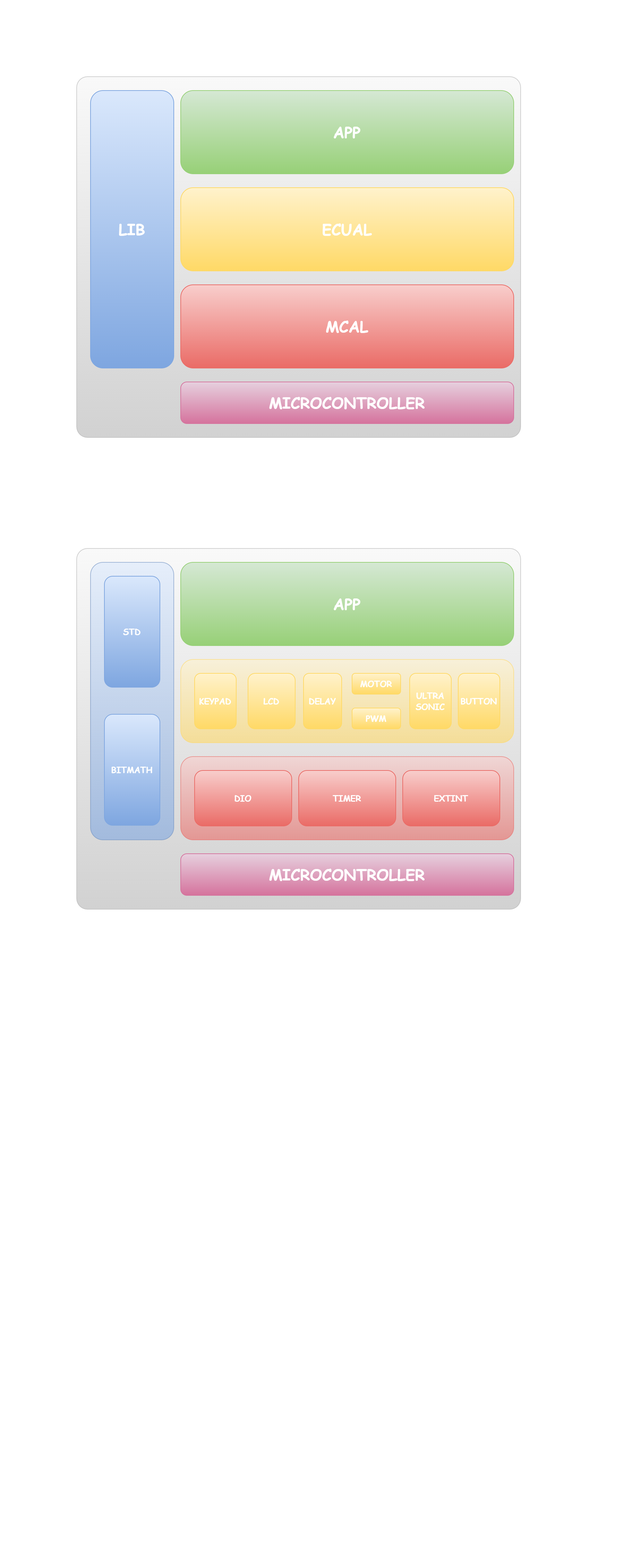
Earlier version of the draw.io export StaticDesign/S_STSTIC_03_DESIGN_OBSTACLE_AVOIDANCE_CAR/Flowcharts/Pictures/LayeredArchitecture..png (TheGreatEtsh/AutomotiveSW_BC_Sprints). Source tidied: cells renumbered, new cells last; positions are measured from the earlier drawing's top-left corner, leaving out a move shared by most shapes. The source it was exported from:
```xml
<mxGraphModel>
  <root>
    <mxCell id="0" />
    <mxCell id="1" parent="0" />
    <mxCell id="2" style="rounded=1;whiteSpace=wrap;html=1;arcSize=3;fontSize=22;fontFamily=Comic Sans MS;fontStyle=1;opacity=60;fillColor=#f5f5f5;gradientColor=#B3B3B3;strokeColor=#B3B3B3;fontColor=#FFFFFF;" parent="1" vertex="1">
      <mxGeometry width="640" height="520" as="geometry" />
    </mxCell>
    <mxCell id="3" value="&lt;font style=&quot;font-size: 22px;&quot;&gt;&lt;span style=&quot;font-size: 22px;&quot;&gt;LIB&lt;/span&gt;&lt;/font&gt;" style="rounded=1;whiteSpace=wrap;html=1;fontSize=22;fontFamily=Comic Sans MS;fontStyle=1;fillColor=#dae8fc;gradientColor=#7ea6e0;strokeColor=#7EA6E0;fontColor=#FFFFFF;" parent="1" vertex="1">
      <mxGeometry x="20" y="20" width="120" height="400" as="geometry" />
    </mxCell>
    <mxCell id="4" value="&lt;font style=&quot;font-size: 22px;&quot;&gt;&lt;span style=&quot;font-size: 22px;&quot;&gt;MICROCONTROLLER&lt;/span&gt;&lt;/font&gt;" style="rounded=1;whiteSpace=wrap;html=1;direction=south;fontSize=22;fontFamily=Comic Sans MS;fontStyle=1;fillColor=#e6d0de;gradientColor=#d5739d;strokeColor=#D5739D;gradientDirection=east;fontColor=#FFFFFF;" parent="1" vertex="1">
      <mxGeometry x="150" y="440" width="480" height="60" as="geometry" />
    </mxCell>
    <mxCell id="5" value="&lt;font style=&quot;font-size: 22px;&quot;&gt;&lt;span style=&quot;font-size: 22px;&quot;&gt;MCAL&lt;/span&gt;&lt;/font&gt;" style="rounded=1;whiteSpace=wrap;html=1;direction=south;fontSize=22;fontFamily=Comic Sans MS;fontStyle=1;fillColor=#f8cecc;gradientColor=#ea6b66;strokeColor=#EA6B66;gradientDirection=east;fontColor=#FFFFFF;" parent="1" vertex="1">
      <mxGeometry x="150" y="300" width="480" height="120" as="geometry" />
    </mxCell>
    <mxCell id="6" value="&lt;font style=&quot;font-size: 22px;&quot;&gt;&lt;span style=&quot;font-size: 22px;&quot;&gt;ECUAL&lt;/span&gt;&lt;/font&gt;" style="rounded=1;whiteSpace=wrap;html=1;direction=south;fontSize=22;fontFamily=Comic Sans MS;fontStyle=1;fillColor=#fff2cc;gradientColor=#ffd966;strokeColor=#FFD966;gradientDirection=east;fontColor=#FFFFFF;" parent="1" vertex="1">
      <mxGeometry x="150" y="160" width="480" height="120" as="geometry" />
    </mxCell>
    <mxCell id="7" value="&lt;font style=&quot;font-size: 22px;&quot;&gt;&lt;span style=&quot;font-size: 22px;&quot;&gt;APP&lt;/span&gt;&lt;/font&gt;" style="rounded=1;whiteSpace=wrap;html=1;direction=south;fontSize=22;fontFamily=Comic Sans MS;fontStyle=1;fillColor=#d5e8d4;gradientColor=#97d077;strokeColor=#97D077;gradientDirection=east;fontColor=#FFFFFF;" parent="1" vertex="1">
      <mxGeometry x="150" y="20" width="480" height="120" as="geometry" />
    </mxCell>
    <mxCell id="8" style="rounded=1;whiteSpace=wrap;html=1;arcSize=3;fontSize=22;fontFamily=Comic Sans MS;fontStyle=1;opacity=60;fillColor=#f5f5f5;gradientColor=#b3b3b3;strokeColor=#B3B3B3;fontColor=#FFFFFF;" parent="1" vertex="1">
      <mxGeometry y="680" width="640" height="520" as="geometry" />
    </mxCell>
    <mxCell id="9" style="rounded=1;whiteSpace=wrap;html=1;fontSize=22;fontFamily=Comic Sans MS;fontStyle=1;fillColor=#dae8fc;gradientColor=#7ea6e0;strokeColor=#6c8ebf;fontColor=#FFFFFF;opacity=60;" parent="1" vertex="1">
      <mxGeometry x="20" y="700" width="120" height="400" as="geometry" />
    </mxCell>
    <mxCell id="10" value="&lt;font style=&quot;font-size: 22px;&quot;&gt;&lt;span style=&quot;font-size: 22px;&quot;&gt;MICROCONTROLLER&lt;/span&gt;&lt;/font&gt;" style="rounded=1;whiteSpace=wrap;html=1;direction=south;fontSize=22;fontFamily=Comic Sans MS;fontStyle=1;fillColor=#e6d0de;gradientColor=#d5739d;strokeColor=#D5739D;gradientDirection=east;fontColor=#FFFFFF;" parent="1" vertex="1">
      <mxGeometry x="150" y="1120" width="480" height="60" as="geometry" />
    </mxCell>
    <mxCell id="11" style="rounded=1;whiteSpace=wrap;html=1;direction=south;fontSize=22;fontFamily=Comic Sans MS;fontStyle=1;fillColor=#f8cecc;gradientColor=#ea6b66;strokeColor=#EA6B66;gradientDirection=east;fontColor=#FFFFFF;opacity=60;" parent="1" vertex="1">
      <mxGeometry x="150" y="980" width="480" height="120" as="geometry" />
    </mxCell>
    <mxCell id="12" style="rounded=1;whiteSpace=wrap;html=1;direction=south;fontSize=22;fontFamily=Comic Sans MS;fontStyle=1;fillColor=#fff2cc;gradientColor=#ffd966;strokeColor=#FFD966;gradientDirection=east;fontColor=#FFFFFF;opacity=60;" parent="1" vertex="1">
      <mxGeometry x="150" y="840" width="480" height="120" as="geometry" />
    </mxCell>
    <mxCell id="13" value="&lt;font style=&quot;font-size: 22px;&quot;&gt;&lt;span style=&quot;font-size: 22px;&quot;&gt;APP&lt;/span&gt;&lt;/font&gt;" style="rounded=1;whiteSpace=wrap;html=1;direction=south;fontSize=22;fontFamily=Comic Sans MS;fontStyle=1;fillColor=#d5e8d4;gradientColor=#97d077;strokeColor=#97D077;gradientDirection=east;fontColor=#FFFFFF;" parent="1" vertex="1">
      <mxGeometry x="150" y="700" width="480" height="120" as="geometry" />
    </mxCell>
    <mxCell id="14" value="STD" style="rounded=1;whiteSpace=wrap;html=1;direction=south;fillColor=#dae8fc;gradientColor=#7ea6e0;strokeColor=#7EA6E0;gradientDirection=east;fontFamily=Comic Sans MS;fontColor=#FFFFFF;fontStyle=1;" parent="1" vertex="1">
      <mxGeometry x="40" y="720" width="80" height="160" as="geometry" />
    </mxCell>
    <mxCell id="15" value="BITMATH" style="rounded=1;whiteSpace=wrap;html=1;direction=south;fillColor=#dae8fc;gradientColor=#7ea6e0;strokeColor=#7EA6E0;gradientDirection=east;fontFamily=Comic Sans MS;fontColor=#FFFFFF;fontStyle=1;" parent="1" vertex="1">
      <mxGeometry x="40" y="919" width="80" height="160" as="geometry" />
    </mxCell>
    <mxCell id="16" value="&lt;font face=&quot;Comic Sans MS&quot; color=&quot;#ffffff&quot;&gt;&lt;b&gt;KEYPAD&lt;/b&gt;&lt;/font&gt;" style="rounded=1;whiteSpace=wrap;html=1;fillColor=#fff2cc;gradientColor=#ffd966;strokeColor=#FFD966;" parent="1" vertex="1">
      <mxGeometry x="170" y="860" width="60" height="80" as="geometry" />
    </mxCell>
    <mxCell id="17" value="&lt;font face=&quot;Comic Sans MS&quot; color=&quot;#ffffff&quot;&gt;&lt;b&gt;LCD&lt;/b&gt;&lt;/font&gt;" style="rounded=1;whiteSpace=wrap;html=1;fillColor=#fff2cc;gradientColor=#ffd966;strokeColor=#FFD966;" parent="1" vertex="1">
      <mxGeometry x="247" y="860" width="68" height="80" as="geometry" />
    </mxCell>
    <mxCell id="18" value="&lt;font face=&quot;Comic Sans MS&quot; color=&quot;#ffffff&quot;&gt;&lt;b&gt;ULTRA&lt;br&gt;SONIC&lt;/b&gt;&lt;/font&gt;" style="rounded=1;whiteSpace=wrap;html=1;fillColor=#fff2cc;gradientColor=#ffd966;strokeColor=#FFD966;" parent="1" vertex="1">
      <mxGeometry x="480" y="860" width="60" height="80" as="geometry" />
    </mxCell>
    <mxCell id="19" value="&lt;font face=&quot;Comic Sans MS&quot; color=&quot;#ffffff&quot;&gt;&lt;b&gt;MOTOR&lt;/b&gt;&lt;/font&gt;" style="rounded=1;whiteSpace=wrap;html=1;fillColor=#fff2cc;gradientColor=#ffd966;strokeColor=#FFD966;imageWidth=24;" parent="1" vertex="1">
      <mxGeometry x="397" y="860" width="70" height="30" as="geometry" />
    </mxCell>
    <mxCell id="20" value="&lt;font face=&quot;Comic Sans MS&quot; color=&quot;#ffffff&quot;&gt;&lt;b&gt;BUTTON&lt;/b&gt;&lt;/font&gt;" style="rounded=1;whiteSpace=wrap;html=1;fillColor=#fff2cc;gradientColor=#ffd966;strokeColor=#FFD966;" parent="1" vertex="1">
      <mxGeometry x="550" y="860" width="60" height="80" as="geometry" />
    </mxCell>
    <mxCell id="21" value="&lt;font face=&quot;Comic Sans MS&quot; color=&quot;#ffffff&quot;&gt;&lt;b&gt;DIO&lt;/b&gt;&lt;/font&gt;" style="rounded=1;whiteSpace=wrap;html=1;fillColor=#f8cecc;gradientColor=#ea6b66;strokeColor=#EA6B66;" parent="1" vertex="1">
      <mxGeometry x="170" y="1000" width="140" height="80" as="geometry" />
    </mxCell>
    <mxCell id="22" value="&lt;font face=&quot;Comic Sans MS&quot; color=&quot;#ffffff&quot;&gt;&lt;b&gt;TIMER&lt;/b&gt;&lt;/font&gt;" style="rounded=1;whiteSpace=wrap;html=1;fillColor=#f8cecc;gradientColor=#ea6b66;strokeColor=#EA6B66;" parent="1" vertex="1">
      <mxGeometry x="320" y="1000" width="140" height="80" as="geometry" />
    </mxCell>
    <mxCell id="23" value="&lt;font face=&quot;Comic Sans MS&quot; color=&quot;#ffffff&quot;&gt;&lt;b&gt;EXTINT&lt;/b&gt;&lt;/font&gt;" style="rounded=1;whiteSpace=wrap;html=1;fillColor=#f8cecc;gradientColor=#ea6b66;strokeColor=#EA6B66;" parent="1" vertex="1">
      <mxGeometry x="470" y="1000" width="140" height="80" as="geometry" />
    </mxCell>
    <mxCell id="24" value="&lt;font face=&quot;Comic Sans MS&quot; color=&quot;#ffffff&quot;&gt;&lt;b&gt;DELAY&lt;/b&gt;&lt;/font&gt;" style="rounded=1;whiteSpace=wrap;html=1;fillColor=#fff2cc;gradientColor=#ffd966;strokeColor=#FFD966;imageWidth=24;" parent="1" vertex="1">
      <mxGeometry x="327" y="860" width="55" height="80" as="geometry" />
    </mxCell>
    <mxCell id="25" value="&lt;font face=&quot;Comic Sans MS&quot; color=&quot;#ffffff&quot;&gt;&lt;b&gt;PWM&lt;/b&gt;&lt;/font&gt;" style="rounded=1;whiteSpace=wrap;html=1;fillColor=#fff2cc;gradientColor=#ffd966;strokeColor=#FFD966;imageWidth=24;" parent="1" vertex="1">
      <mxGeometry x="397" y="910" width="70" height="30" as="geometry" />
    </mxCell>
  </root>
</mxGraphModel>
```
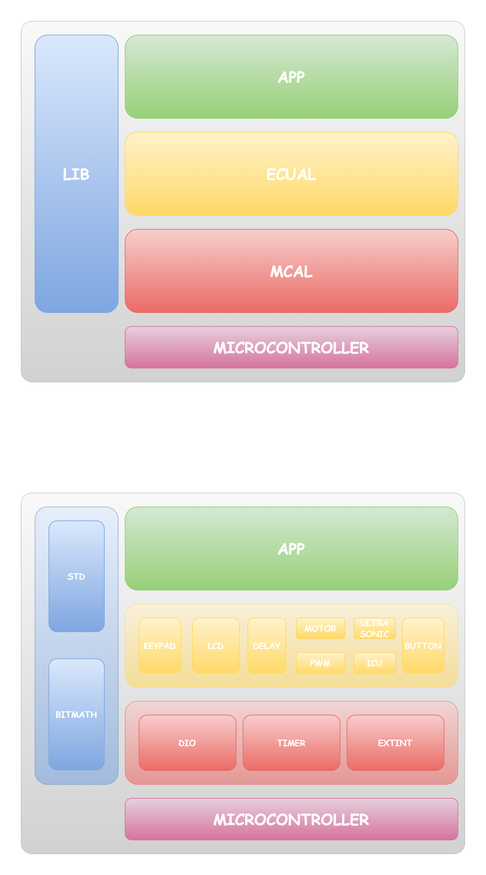
The same file after the commit.

Diff of the diagram source:
```diff
@@ -51,7 +51,7 @@
       <mxGeometry x="247" y="860" width="68" height="80" as="geometry" />
     </mxCell>
     <mxCell id="18" value="&lt;font face=&quot;Comic Sans MS&quot; color=&quot;#ffffff&quot;&gt;&lt;b&gt;ULTRA&lt;br&gt;SONIC&lt;/b&gt;&lt;/font&gt;" style="rounded=1;whiteSpace=wrap;html=1;fillColor=#fff2cc;gradientColor=#ffd966;strokeColor=#FFD966;" parent="1" vertex="1">
-      <mxGeometry x="480" y="860" width="60" height="80" as="geometry" />
+      <mxGeometry x="480" y="860" width="60" height="30" as="geometry" />
     </mxCell>
     <mxCell id="19" value="&lt;font face=&quot;Comic Sans MS&quot; color=&quot;#ffffff&quot;&gt;&lt;b&gt;MOTOR&lt;/b&gt;&lt;/font&gt;" style="rounded=1;whiteSpace=wrap;html=1;fillColor=#fff2cc;gradientColor=#ffd966;strokeColor=#FFD966;imageWidth=24;" parent="1" vertex="1">
       <mxGeometry x="397" y="860" width="70" height="30" as="geometry" />
@@ -74,5 +74,8 @@
     <mxCell id="25" value="&lt;font face=&quot;Comic Sans MS&quot; color=&quot;#ffffff&quot;&gt;&lt;b&gt;PWM&lt;/b&gt;&lt;/font&gt;" style="rounded=1;whiteSpace=wrap;html=1;fillColor=#fff2cc;gradientColor=#ffd966;strokeColor=#FFD966;imageWidth=24;" parent="1" vertex="1">
       <mxGeometry x="397" y="910" width="70" height="30" as="geometry" />
     </mxCell>
+    <mxCell id="26" value="&lt;font face=&quot;Comic Sans MS&quot; color=&quot;#ffffff&quot;&gt;&lt;b&gt;ICU&lt;/b&gt;&lt;/font&gt;" style="rounded=1;whiteSpace=wrap;html=1;fillColor=#fff2cc;gradientColor=#ffd966;strokeColor=#FFD966;" parent="1" vertex="1">
+      <mxGeometry x="480" y="910" width="60" height="30" as="geometry" />
+    </mxCell>
   </root>
 </mxGraphModel>
```
